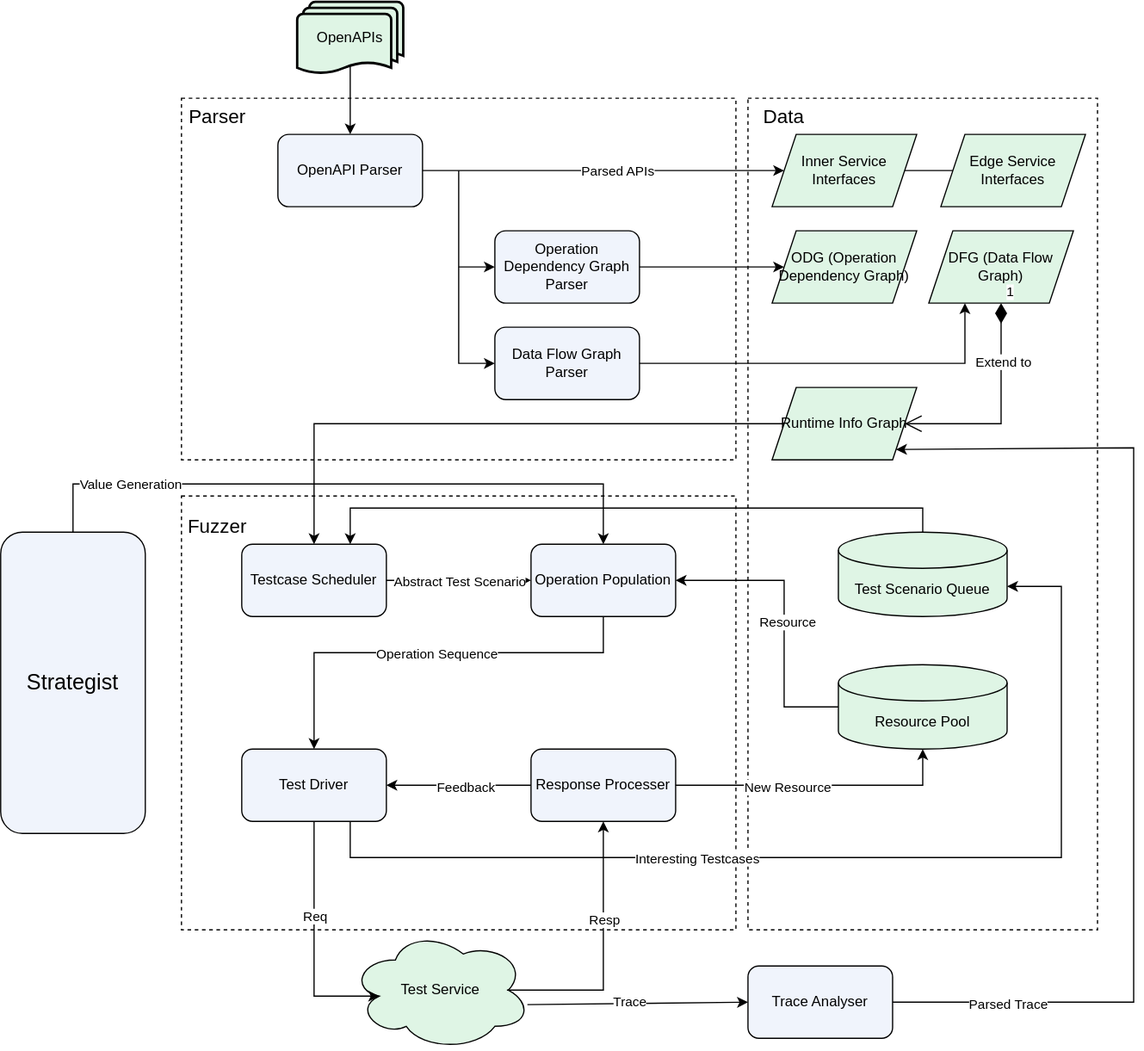
This is docs/architecture.svg from SmilingPixel/rest_trace_fuzzer, a draw.io export, as it was before one commit. Source tidied: cells renumbered, new cells last; positions are measured from the earlier drawing's top-left corner, leaving out a move shared by most shapes.
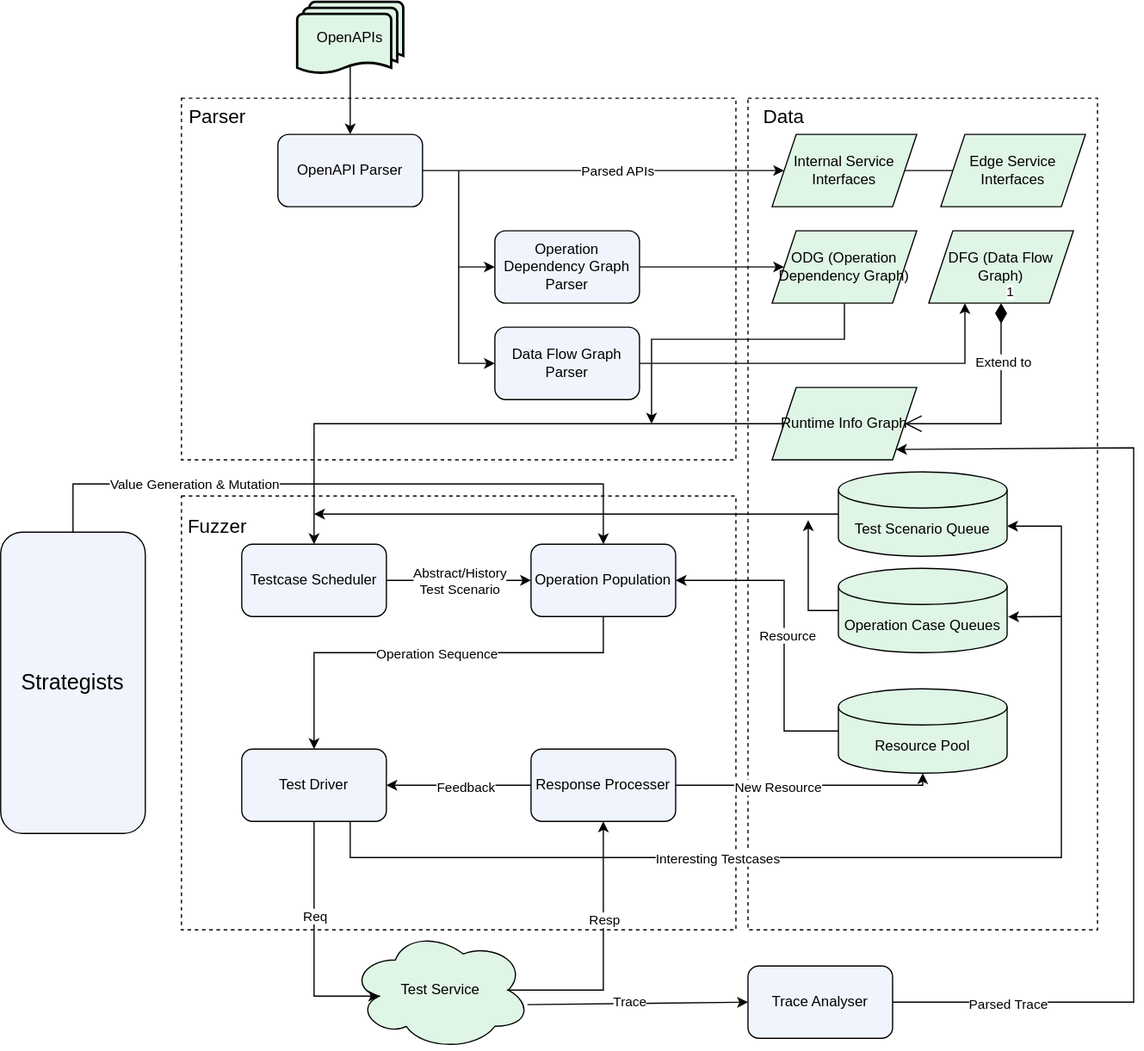
The same file after the commit.

Change to the diagram source:
```diff
@@ -21,7 +21,7 @@
       <mxGeometry x="200" y="450" width="120" height="60" as="geometry" />
     </mxCell>
     <mxCell id="8" value="Resource Pool" style="shape=cylinder3;whiteSpace=wrap;html=1;boundedLbl=1;backgroundOutline=1;size=15;fillColor=light-dark(#DFF5E5,#486850);" parent="1" vertex="1">
-      <mxGeometry x="695" y="550" width="140" height="70" as="geometry" />
+      <mxGeometry x="695" y="570" width="140" height="70" as="geometry" />
     </mxCell>
     <mxCell id="9" value="Test Driver" style="rounded=1;whiteSpace=wrap;html=1;fillColor=light-dark(#F0F4FC,#3B4453);" parent="1" vertex="1">
       <mxGeometry x="200" y="620" width="120" height="60" as="geometry" />
@@ -35,7 +35,7 @@
     <mxCell id="12" value="Test Service" style="ellipse;shape=cloud;whiteSpace=wrap;html=1;fillColor=light-dark(#DFF5E5,#574D6F);" parent="1" vertex="1">
       <mxGeometry x="290" y="770" width="150" height="100" as="geometry" />
     </mxCell>
-    <mxCell id="13" value="Inner Service Interfaces" style="shape=parallelogram;perimeter=parallelogramPerimeter;whiteSpace=wrap;html=1;fixedSize=1;fillColor=light-dark(#DFF5E5,#486850);" parent="1" vertex="1">
+    <mxCell id="13" value="Internal Service Interfaces" style="shape=parallelogram;perimeter=parallelogramPerimeter;whiteSpace=wrap;html=1;fixedSize=1;fillColor=light-dark(#DFF5E5,#486850);" parent="1" vertex="1">
       <mxGeometry x="640" y="110" width="120" height="60" as="geometry" />
     </mxCell>
     <mxCell id="14" value="Edge Service Interfaces" style="shape=parallelogram;perimeter=parallelogramPerimeter;whiteSpace=wrap;html=1;fixedSize=1;fillColor=light-dark(#DFF5E5,#486850);" parent="1" vertex="1">
@@ -71,7 +71,7 @@
     <mxCell id="24" style="endArrow=classic;html=1;rounded=0;exitX=1;exitY=0.5;exitDx=0;exitDy=0;entryX=0;entryY=0.5;entryDx=0;entryDy=0;" parent="1" edge="1" source="7" target="10">
       <mxGeometry relative="1" as="geometry" />
     </mxCell>
-    <mxCell id="25" value="Abstract Test Scenario" style="edgeLabel;html=1;align=center;verticalAlign=middle;" parent="24" vertex="1">
+    <mxCell id="25" value="Abstract/History&lt;div&gt;Test Scenario&lt;/div&gt;" style="edgeLabel;html=1;align=center;verticalAlign=middle;" parent="24" vertex="1">
       <mxGeometry x="0.28" y="-1" relative="1" as="geometry">
         <mxPoint x="-17" y="-1" as="offset" />
       </mxGeometry>
@@ -79,7 +79,7 @@
     <mxCell id="26" style="endArrow=classic;html=1;rounded=0;exitX=0;exitY=0.5;exitDx=0;exitDy=0;exitPerimeter=0;entryX=1;entryY=0.5;entryDx=0;entryDy=0;" parent="1" edge="1" source="8" target="10">
       <mxGeometry relative="1" as="geometry">
         <Array as="points">
-          <mxPoint x="650" y="585" />
+          <mxPoint x="650" y="605" />
           <mxPoint x="650" y="480" />
         </Array>
       </mxGeometry>
@@ -141,16 +141,8 @@
       </mxGeometry>
     </mxCell>
     <mxCell id="38" value="Test Scenario Queue" style="shape=cylinder3;whiteSpace=wrap;html=1;boundedLbl=1;backgroundOutline=1;size=15;fillColor=light-dark(#DFF5E5,#486850);" parent="1" vertex="1">
-      <mxGeometry x="695" y="440" width="140" height="70" as="geometry" />
+      <mxGeometry x="695" y="390" width="140" height="70" as="geometry" />
     </mxCell>
-    <mxCell id="39" style="endArrow=classic;html=1;rounded=0;exitX=0.5;exitY=0;exitDx=0;exitDy=0;exitPerimeter=0;entryX=0.75;entryY=0;entryDx=0;entryDy=0;" parent="1" edge="1" source="38" target="7">
-      <mxGeometry relative="1" as="geometry">
-        <Array as="points">
-          <mxPoint x="765" y="420" />
-          <mxPoint x="290" y="420" />
-        </Array>
-      </mxGeometry>
-    </mxCell>
     <mxCell id="40" style="endArrow=classic;html=1;rounded=0;exitX=0;exitY=0.5;exitDx=0;exitDy=0;entryX=1;entryY=0.5;entryDx=0;entryDy=0;" parent="1" edge="1" source="28" target="9">
       <mxGeometry relative="1" as="geometry" />
     </mxCell>
@@ -162,7 +154,7 @@
         <Array as="points">
           <mxPoint x="290" y="710" />
           <mxPoint x="880" y="710" />
-          <mxPoint x="880" y="485" />
+          <mxPoint x="880" y="435" />
         </Array>
       </mxGeometry>
     </mxCell>
@@ -230,7 +222,7 @@
     <mxCell id="56" value="Parsed Trace" style="edgeLabel;html=1;align=center;verticalAlign=middle;" parent="55" vertex="1">
       <mxGeometry x="-0.78" y="-1" relative="1" as="geometry" />
     </mxCell>
-    <mxCell id="57" value="&lt;font style=&quot;font-size: 18px;&quot;&gt;Strategist&lt;/font&gt;" style="rounded=1;whiteSpace=wrap;html=1;fillColor=light-dark(#F0F4FC,#3B4453);" parent="1" vertex="1">
+    <mxCell id="57" value="&lt;font style=&quot;font-size: 18px;&quot;&gt;Strategists&lt;/font&gt;" style="rounded=1;whiteSpace=wrap;html=1;fillColor=light-dark(#F0F4FC,#3B4453);" parent="1" vertex="1">
       <mxGeometry y="440" width="120" height="250" as="geometry" />
     </mxCell>
     <mxCell id="58" style="endArrow=classic;html=1;rounded=0;exitX=0.5;exitY=0;exitDx=0;exitDy=0;entryX=0.5;entryY=0;entryDx=0;entryDy=0;" parent="1" edge="1" source="57" target="10">
@@ -241,10 +233,40 @@
         </Array>
       </mxGeometry>
     </mxCell>
-    <mxCell id="59" value="Value Generation" style="edgeLabel;html=1;align=center;verticalAlign=middle;" parent="58" vertex="1">
+    <mxCell id="59" value="Value Generation &amp;amp; Mutation" style="edgeLabel;html=1;align=center;verticalAlign=middle;" parent="58" vertex="1">
       <mxGeometry x="-0.68" relative="1" as="geometry">
-        <mxPoint x="1" as="offset" />
+        <mxPoint x="54" as="offset" />
       </mxGeometry>
     </mxCell>
+    <mxCell id="60" style="endArrow=classic;html=1;rounded=0;exitX=0.5;exitY=1;exitDx=0;exitDy=0;" parent="1" edge="1" source="15">
+      <mxGeometry relative="1" as="geometry">
+        <mxPoint x="540" y="350" as="targetPoint" />
+        <Array as="points">
+          <mxPoint x="700" y="280" />
+          <mxPoint x="540" y="280" />
+        </Array>
+      </mxGeometry>
+    </mxCell>
+    <mxCell id="61" value="Operation Case Queues" style="shape=cylinder3;whiteSpace=wrap;html=1;boundedLbl=1;backgroundOutline=1;size=15;fillColor=light-dark(#DFF5E5,#486850);" parent="1" vertex="1">
+      <mxGeometry x="695" y="470" width="140" height="70" as="geometry" />
+    </mxCell>
+    <mxCell id="62" style="endArrow=classic;html=1;rounded=0;exitX=0;exitY=0.5;exitDx=0;exitDy=0;exitPerimeter=0;" parent="1" edge="1" source="38">
+      <mxGeometry relative="1" as="geometry">
+        <mxPoint x="260" y="425" as="targetPoint" />
+      </mxGeometry>
+    </mxCell>
+    <mxCell id="63" style="endArrow=classic;html=1;rounded=0;exitX=0;exitY=0.5;exitDx=0;exitDy=0;exitPerimeter=0;" parent="1" edge="1" source="61">
+      <mxGeometry relative="1" as="geometry">
+        <mxPoint x="670" y="430" as="targetPoint" />
+        <Array as="points">
+          <mxPoint x="670" y="505" />
+        </Array>
+      </mxGeometry>
+    </mxCell>
+    <mxCell id="64" style="endArrow=classic;html=1;rounded=0;entryX=1.006;entryY=0.575;entryDx=0;entryDy=0;entryPerimeter=0;" parent="1" edge="1" target="61">
+      <mxGeometry relative="1" as="geometry">
+        <mxPoint x="880" y="510" as="sourcePoint" />
+      </mxGeometry>
+    </mxCell>
   </root>
 </mxGraphModel>
```
